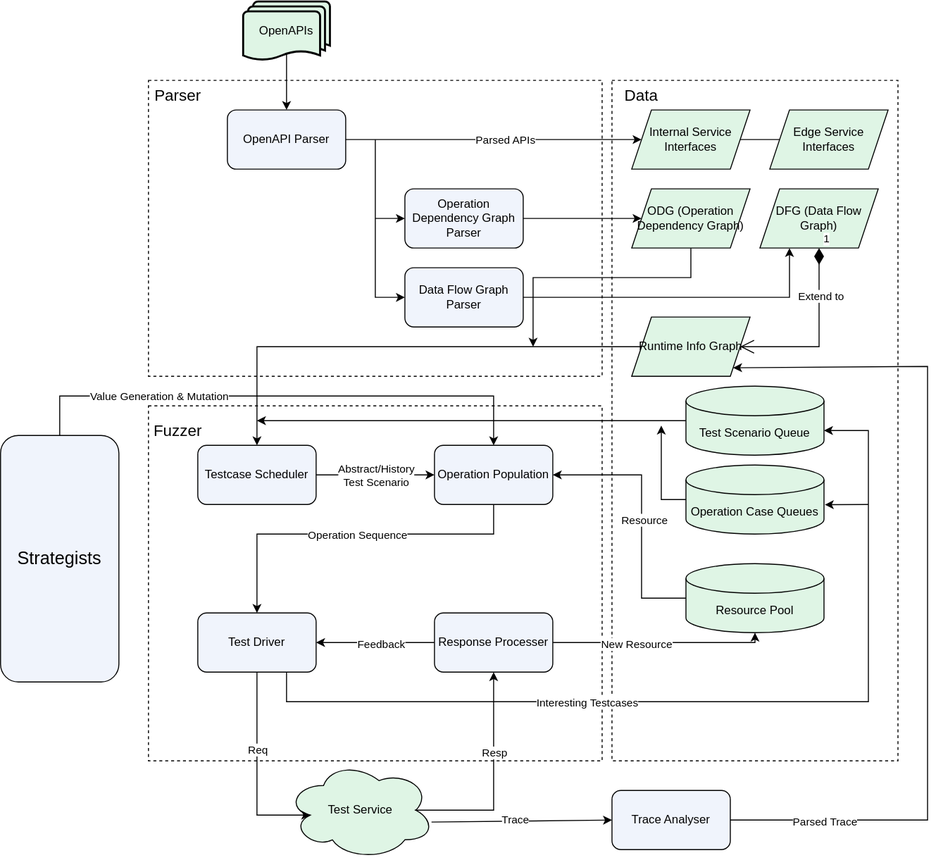
SmilingPixel/rest_trace_fuzzer keeps this draw.io diagram as docs/architecture.svg. Above is the earlier version. Source tidied: cells renumbered, new cells last; positions are measured from the earlier drawing's top-left corner, leaving out a move shared by most shapes.
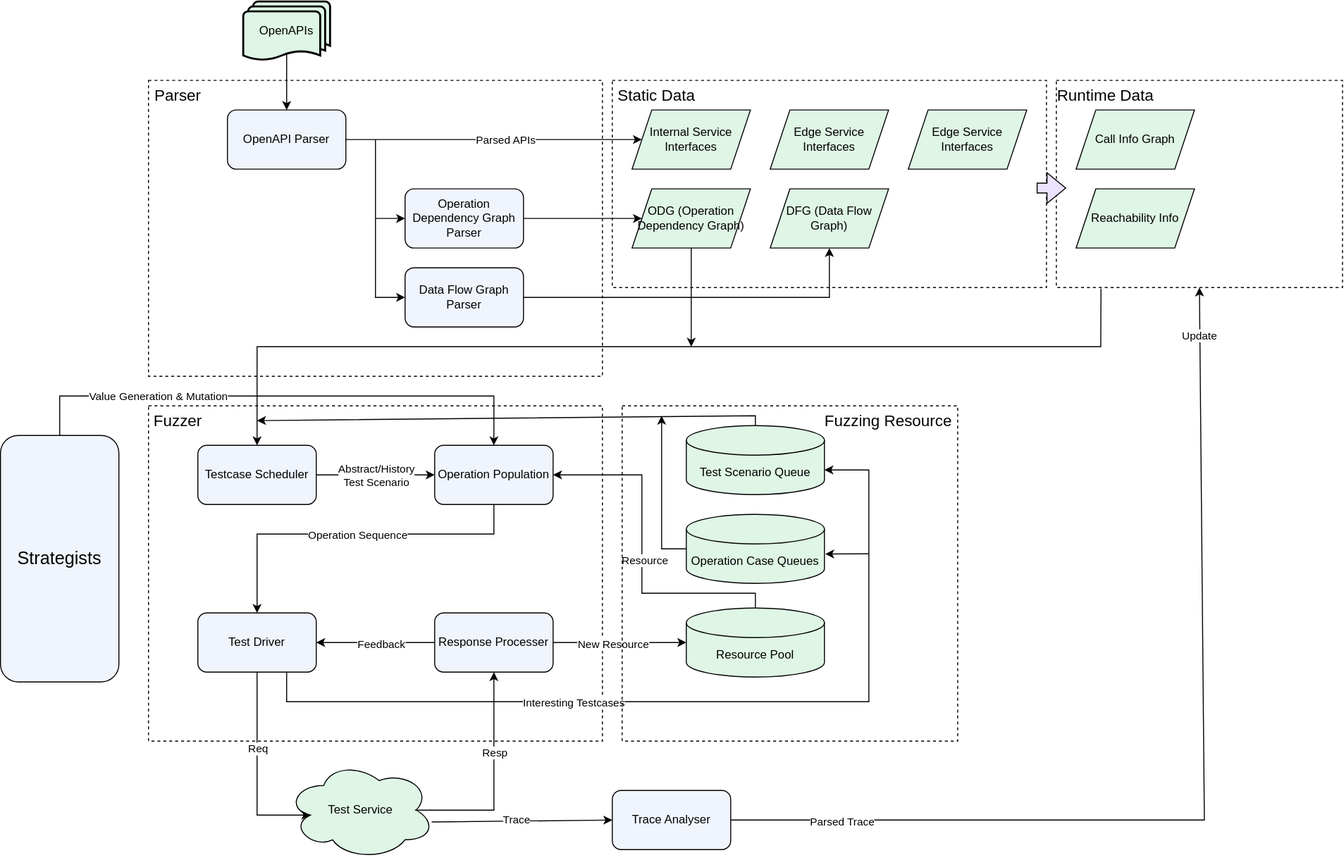
The same file after the commit.

The edit, as a diff of the source:
```diff
@@ -3,10 +3,10 @@
     <mxCell id="0" />
     <mxCell id="1" parent="0" />
     <mxCell id="2" style="rounded=0;whiteSpace=wrap;html=1;fillColor=none;dashed=1;" parent="1" vertex="1">
-      <mxGeometry x="150" y="410" width="460" height="360" as="geometry" />
+      <mxGeometry x="150" y="410" width="460" height="340" as="geometry" />
     </mxCell>
     <mxCell id="3" style="rounded=0;whiteSpace=wrap;html=1;fillColor=none;dashed=1;" parent="1" vertex="1">
-      <mxGeometry x="620" y="80" width="290" height="690" as="geometry" />
+      <mxGeometry x="620" y="80" width="440" height="210" as="geometry" />
     </mxCell>
     <mxCell id="4" style="rounded=0;whiteSpace=wrap;html=1;fillColor=none;dashed=1;" parent="1" vertex="1">
       <mxGeometry x="150" y="80" width="460" height="300" as="geometry" />
@@ -21,7 +21,7 @@
       <mxGeometry x="200" y="450" width="120" height="60" as="geometry" />
     </mxCell>
     <mxCell id="8" value="Resource Pool" style="shape=cylinder3;whiteSpace=wrap;html=1;boundedLbl=1;backgroundOutline=1;size=15;fillColor=light-dark(#DFF5E5,#486850);" parent="1" vertex="1">
-      <mxGeometry x="695" y="570" width="140" height="70" as="geometry" />
+      <mxGeometry x="695" y="615" width="140" height="70" as="geometry" />
     </mxCell>
     <mxCell id="9" value="Test Driver" style="rounded=1;whiteSpace=wrap;html=1;fillColor=light-dark(#F0F4FC,#3B4453);" parent="1" vertex="1">
       <mxGeometry x="200" y="620" width="120" height="60" as="geometry" />
@@ -47,18 +47,15 @@
     <mxCell id="16" value="Parser" style="text;html=1;align=center;verticalAlign=middle;whiteSpace=wrap;rounded=0;fontSize=16;" parent="1" vertex="1">
       <mxGeometry x="150" y="80" width="60" height="30" as="geometry" />
     </mxCell>
-    <mxCell id="17" value="Data" style="text;html=1;align=center;verticalAlign=middle;whiteSpace=wrap;rounded=0;fontSize=16;" parent="1" vertex="1">
-      <mxGeometry x="620" y="80" width="60" height="30" as="geometry" />
+    <mxCell id="17" value="Static Data" style="text;html=1;align=center;verticalAlign=middle;whiteSpace=wrap;rounded=0;fontSize=16;" parent="1" vertex="1">
+      <mxGeometry x="620" y="80" width="90" height="30" as="geometry" />
     </mxCell>
     <mxCell id="18" value="Fuzzer" style="text;html=1;align=center;verticalAlign=middle;whiteSpace=wrap;rounded=0;fontSize=16;" parent="1" vertex="1">
-      <mxGeometry x="150" y="420" width="60" height="30" as="geometry" />
+      <mxGeometry x="150" y="410" width="60" height="30" as="geometry" />
     </mxCell>
     <mxCell id="19" style="endArrow=classic;html=1;rounded=0;exitX=0.5;exitY=0.88;exitDx=0;exitDy=0;exitPerimeter=0;entryX=0.5;entryY=0;entryDx=0;entryDy=0;" parent="1" edge="1" source="11" target="5">
       <mxGeometry relative="1" as="geometry" />
     </mxCell>
-    <mxCell id="20" style="endArrow=none;html=1;rounded=0;exitX=1;exitY=0.5;exitDx=0;exitDy=0;entryX=0;entryY=0.5;entryDx=0;entryDy=0;" parent="1" edge="1" source="13" target="14">
-      <mxGeometry relative="1" as="geometry" />
-    </mxCell>
     <mxCell id="21" style="endArrow=classic;html=1;rounded=0;exitX=1;exitY=0.5;exitDx=0;exitDy=0;entryX=0;entryY=0.5;entryDx=0;entryDy=0;" parent="1" edge="1" source="5" target="13">
       <mxGeometry relative="1" as="geometry" />
     </mxCell>
@@ -76,10 +73,11 @@
         <mxPoint x="-17" y="-1" as="offset" />
       </mxGeometry>
     </mxCell>
-    <mxCell id="26" style="endArrow=classic;html=1;rounded=0;exitX=0;exitY=0.5;exitDx=0;exitDy=0;exitPerimeter=0;entryX=1;entryY=0.5;entryDx=0;entryDy=0;" parent="1" edge="1" source="8" target="10">
+    <mxCell id="26" style="endArrow=classic;html=1;rounded=0;exitX=0.5;exitY=0;exitDx=0;exitDy=0;exitPerimeter=0;entryX=1;entryY=0.5;entryDx=0;entryDy=0;" parent="1" edge="1" source="8" target="10">
       <mxGeometry relative="1" as="geometry">
         <Array as="points">
-          <mxPoint x="650" y="605" />
+          <mxPoint x="765" y="600" />
+          <mxPoint x="650" y="600" />
           <mxPoint x="650" y="480" />
         </Array>
       </mxGeometry>
@@ -122,16 +120,6 @@
     <mxCell id="34" value="Resp" style="edgeLabel;html=1;align=center;verticalAlign=middle;" parent="33" vertex="1">
       <mxGeometry x="0.26" relative="1" as="geometry" />
     </mxCell>
-    <mxCell id="35" style="endArrow=classic;html=1;rounded=0;exitX=1;exitY=0.5;exitDx=0;exitDy=0;entryX=0.5;entryY=1;entryDx=0;entryDy=0;entryPerimeter=0;" parent="1" edge="1" source="28" target="8">
-      <mxGeometry relative="1" as="geometry">
-        <Array as="points">
-          <mxPoint x="765" y="650" />
-        </Array>
-      </mxGeometry>
-    </mxCell>
-    <mxCell id="36" value="New Resource" style="edgeLabel;html=1;align=center;verticalAlign=middle;" parent="35" vertex="1">
-      <mxGeometry x="-0.22" y="-1" relative="1" as="geometry" />
-    </mxCell>
     <mxCell id="37" style="endArrow=classic;html=1;rounded=0;entryX=0;entryY=0.5;entryDx=0;entryDy=0;" parent="1" edge="1" target="6">
       <mxGeometry relative="1" as="geometry">
         <mxPoint x="380" y="140" as="sourcePoint" />
@@ -141,7 +129,7 @@
       </mxGeometry>
     </mxCell>
     <mxCell id="38" value="Test Scenario Queue" style="shape=cylinder3;whiteSpace=wrap;html=1;boundedLbl=1;backgroundOutline=1;size=15;fillColor=light-dark(#DFF5E5,#486850);" parent="1" vertex="1">
-      <mxGeometry x="695" y="390" width="140" height="70" as="geometry" />
+      <mxGeometry x="695" y="430" width="140" height="70" as="geometry" />
     </mxCell>
     <mxCell id="39" style="endArrow=classic;html=1;rounded=0;exitX=0;exitY=0.5;exitDx=0;exitDy=0;entryX=1;entryY=0.5;entryDx=0;entryDy=0;" parent="1" edge="1" source="28" target="9">
       <mxGeometry relative="1" as="geometry" />
@@ -154,7 +142,7 @@
         <Array as="points">
           <mxPoint x="290" y="710" />
           <mxPoint x="880" y="710" />
-          <mxPoint x="880" y="435" />
+          <mxPoint x="880" y="475" />
         </Array>
       </mxGeometry>
     </mxCell>
@@ -162,7 +150,7 @@
       <mxGeometry x="-0.29" relative="1" as="geometry" />
     </mxCell>
     <mxCell id="43" value="DFG (Data Flow Graph)" style="shape=parallelogram;perimeter=parallelogramPerimeter;whiteSpace=wrap;html=1;fixedSize=1;fillColor=light-dark(#DFF5E5,#486850);" parent="1" vertex="1">
-      <mxGeometry x="770" y="190" width="120" height="60" as="geometry" />
+      <mxGeometry x="780" y="190" width="120" height="60" as="geometry" />
     </mxCell>
     <mxCell id="44" value="Data Flow Graph Parser" style="rounded=1;whiteSpace=wrap;html=1;fillColor=light-dark(#F0F4FC,#3B4453);" parent="1" vertex="1">
       <mxGeometry x="410" y="270" width="120" height="60" as="geometry" />
@@ -175,29 +163,17 @@
         </Array>
       </mxGeometry>
     </mxCell>
-    <mxCell id="46" style="endArrow=classic;html=1;rounded=0;exitX=1;exitY=0.5;exitDx=0;exitDy=0;entryX=0.25;entryY=1;entryDx=0;entryDy=0;" parent="1" edge="1" source="44" target="43">
+    <mxCell id="46" style="endArrow=classic;html=1;rounded=0;exitX=1;exitY=0.5;exitDx=0;exitDy=0;entryX=0.5;entryY=1;entryDx=0;entryDy=0;" parent="1" edge="1" source="44" target="43">
       <mxGeometry relative="1" as="geometry">
         <Array as="points">
-          <mxPoint x="800" y="300" />
+          <mxPoint x="840" y="300" />
         </Array>
       </mxGeometry>
     </mxCell>
-    <mxCell id="47" value="Runtime Info Graph" style="shape=parallelogram;perimeter=parallelogramPerimeter;whiteSpace=wrap;html=1;fixedSize=1;fillColor=light-dark(#DFF5E5,#486850);" parent="1" vertex="1">
-      <mxGeometry x="640" y="320" width="120" height="60" as="geometry" />
-    </mxCell>
-    <mxCell id="48" value="1" style="endArrow=open;html=1;endSize=12;startArrow=diamondThin;startSize=14;startFill=1;edgeStyle=orthogonalEdgeStyle;align=left;verticalAlign=bottom;rounded=0;exitX=0.5;exitY=1;exitDx=0;exitDy=0;entryX=1;entryY=0.5;entryDx=0;entryDy=0;" parent="1" edge="1" source="43" target="47">
-      <mxGeometry x="-1" y="3" relative="1" as="geometry">
-        <Array as="points">
-          <mxPoint x="830" y="350" />
-        </Array>
-      </mxGeometry>
-    </mxCell>
-    <mxCell id="49" value="Extend to" style="edgeLabel;html=1;align=center;verticalAlign=middle;" parent="48" vertex="1">
-      <mxGeometry x="-0.47" y="1" relative="1" as="geometry" />
-    </mxCell>
-    <mxCell id="50" style="endArrow=classic;html=1;rounded=0;exitX=0;exitY=0.5;exitDx=0;exitDy=0;entryX=0.5;entryY=0;entryDx=0;entryDy=0;" parent="1" edge="1" source="47" target="7">
+    <mxCell id="50" style="endArrow=classic;html=1;rounded=0;entryX=0.5;entryY=0;entryDx=0;entryDy=0;exitX=0.156;exitY=1.005;exitDx=0;exitDy=0;exitPerimeter=0;" parent="1" edge="1" source="65" target="7">
       <mxGeometry relative="1" as="geometry">
         <Array as="points">
+          <mxPoint x="1115" y="350" />
           <mxPoint x="260" y="350" />
         </Array>
       </mxGeometry>
@@ -211,17 +187,19 @@
     <mxCell id="53" value="Trace" style="edgeLabel;html=1;align=center;verticalAlign=middle;" parent="52" vertex="1">
       <mxGeometry x="-0.07" y="2" relative="1" as="geometry" />
     </mxCell>
-    <mxCell id="54" style="endArrow=classic;html=1;rounded=0;exitX=1;exitY=0.5;exitDx=0;exitDy=0;entryX=1;entryY=1;entryDx=0;entryDy=0;" parent="1" edge="1" source="51" target="47">
+    <mxCell id="54" style="endArrow=classic;html=1;rounded=0;exitX=1;exitY=0.5;exitDx=0;exitDy=0;entryX=0.5;entryY=1;entryDx=0;entryDy=0;" parent="1" edge="1" source="51" target="65">
       <mxGeometry relative="1" as="geometry">
         <Array as="points">
-          <mxPoint x="940" y="830" />
-          <mxPoint x="940" y="370" />
+          <mxPoint x="1220" y="830" />
         </Array>
       </mxGeometry>
     </mxCell>
     <mxCell id="55" value="Parsed Trace" style="edgeLabel;html=1;align=center;verticalAlign=middle;" parent="54" vertex="1">
       <mxGeometry x="-0.78" y="-1" relative="1" as="geometry" />
     </mxCell>
+    <mxCell id="64" value="Update" style="edgeLabel;html=1;align=center;verticalAlign=middle;" parent="54" vertex="1">
+      <mxGeometry x="0.9" y="1" relative="1" as="geometry" />
+    </mxCell>
     <mxCell id="56" value="&lt;font style=&quot;font-size: 18px;&quot;&gt;Strategists&lt;/font&gt;" style="rounded=1;whiteSpace=wrap;html=1;fillColor=light-dark(#F0F4FC,#3B4453);" parent="1" vertex="1">
       <mxGeometry y="440" width="120" height="250" as="geometry" />
     </mxCell>
@@ -240,33 +218,65 @@
     </mxCell>
     <mxCell id="59" style="endArrow=classic;html=1;rounded=0;exitX=0.5;exitY=1;exitDx=0;exitDy=0;" parent="1" edge="1" source="15">
       <mxGeometry relative="1" as="geometry">
-        <mxPoint x="540" y="350" as="targetPoint" />
-        <Array as="points">
-          <mxPoint x="700" y="280" />
-          <mxPoint x="540" y="280" />
-        </Array>
+        <mxPoint x="700" y="350" as="targetPoint" />
       </mxGeometry>
     </mxCell>
     <mxCell id="60" value="Operation Case Queues" style="shape=cylinder3;whiteSpace=wrap;html=1;boundedLbl=1;backgroundOutline=1;size=15;fillColor=light-dark(#DFF5E5,#486850);" parent="1" vertex="1">
-      <mxGeometry x="695" y="470" width="140" height="70" as="geometry" />
+      <mxGeometry x="695" y="520" width="140" height="70" as="geometry" />
     </mxCell>
-    <mxCell id="61" style="endArrow=classic;html=1;rounded=0;exitX=0;exitY=0.5;exitDx=0;exitDy=0;exitPerimeter=0;" parent="1" edge="1" source="38">
+    <mxCell id="61" style="endArrow=classic;html=1;rounded=0;exitX=0.5;exitY=0;exitDx=0;exitDy=0;exitPerimeter=0;" parent="1" edge="1" source="38">
       <mxGeometry relative="1" as="geometry">
         <mxPoint x="260" y="425" as="targetPoint" />
+        <Array as="points">
+          <mxPoint x="765" y="420" />
+        </Array>
       </mxGeometry>
     </mxCell>
     <mxCell id="62" style="endArrow=classic;html=1;rounded=0;exitX=0;exitY=0.5;exitDx=0;exitDy=0;exitPerimeter=0;" parent="1" edge="1" source="60">
       <mxGeometry relative="1" as="geometry">
-        <mxPoint x="670" y="430" as="targetPoint" />
+        <mxPoint x="670" y="420" as="targetPoint" />
         <Array as="points">
-          <mxPoint x="670" y="505" />
+          <mxPoint x="670" y="555" />
         </Array>
       </mxGeometry>
     </mxCell>
     <mxCell id="63" style="endArrow=classic;html=1;rounded=0;entryX=1.006;entryY=0.575;entryDx=0;entryDy=0;entryPerimeter=0;" parent="1" edge="1" target="60">
       <mxGeometry relative="1" as="geometry">
-        <mxPoint x="880" y="510" as="sourcePoint" />
+        <mxPoint x="880" y="560" as="sourcePoint" />
       </mxGeometry>
     </mxCell>
+    <mxCell id="35" style="endArrow=classic;html=1;rounded=0;exitX=1;exitY=0.5;exitDx=0;exitDy=0;" parent="1" edge="1" source="28" target="8">
+      <mxGeometry relative="1" as="geometry" />
+    </mxCell>
+    <mxCell id="36" value="New Resource" style="edgeLabel;html=1;align=center;verticalAlign=middle;" parent="35" vertex="1">
+      <mxGeometry x="-0.11" y="-1" relative="1" as="geometry" />
+    </mxCell>
+    <mxCell id="65" style="rounded=0;whiteSpace=wrap;html=1;fillColor=none;dashed=1;" parent="1" vertex="1">
+      <mxGeometry x="1070" y="80" width="290" height="210" as="geometry" />
+    </mxCell>
+    <mxCell id="66" value="Runtime Data" style="text;html=1;align=center;verticalAlign=middle;whiteSpace=wrap;rounded=0;fontSize=16;" parent="1" vertex="1">
+      <mxGeometry x="1070" y="80" width="100" height="30" as="geometry" />
+    </mxCell>
+    <mxCell id="67" value="Call Info Graph" style="shape=parallelogram;perimeter=parallelogramPerimeter;whiteSpace=wrap;html=1;fixedSize=1;fillColor=light-dark(#DFF5E5,#486850);" parent="1" vertex="1">
+      <mxGeometry x="1090" y="110" width="120" height="60" as="geometry" />
+    </mxCell>
+    <mxCell id="68" style="shape=flexArrow;endArrow=classic;html=1;rounded=0;strokeColor=#000000;fillColor=light-dark(#EAE2FE,#564C6E);" parent="1" edge="1">
+      <mxGeometry relative="1" as="geometry">
+        <mxPoint x="1050" y="189.2" as="sourcePoint" />
+        <mxPoint x="1080" y="189.2" as="targetPoint" />
+      </mxGeometry>
+    </mxCell>
+    <mxCell id="69" value="Edge Service Interfaces" style="shape=parallelogram;perimeter=parallelogramPerimeter;whiteSpace=wrap;html=1;fixedSize=1;fillColor=light-dark(#DFF5E5,#486850);" parent="1" vertex="1">
+      <mxGeometry x="920" y="110" width="120" height="60" as="geometry" />
+    </mxCell>
+    <mxCell id="70" value="Reachability Info" style="shape=parallelogram;perimeter=parallelogramPerimeter;whiteSpace=wrap;html=1;fixedSize=1;fillColor=light-dark(#DFF5E5,#486850);" parent="1" vertex="1">
+      <mxGeometry x="1090" y="190" width="120" height="60" as="geometry" />
+    </mxCell>
+    <mxCell id="71" style="rounded=0;whiteSpace=wrap;html=1;fillColor=none;dashed=1;" parent="1" vertex="1">
+      <mxGeometry x="630" y="410" width="340" height="340" as="geometry" />
+    </mxCell>
+    <mxCell id="72" value="Fuzzing Resource" style="text;html=1;align=center;verticalAlign=middle;whiteSpace=wrap;rounded=0;fontSize=16;" parent="1" vertex="1">
+      <mxGeometry x="830" y="410" width="140" height="30" as="geometry" />
+    </mxCell>
   </root>
 </mxGraphModel>
```
